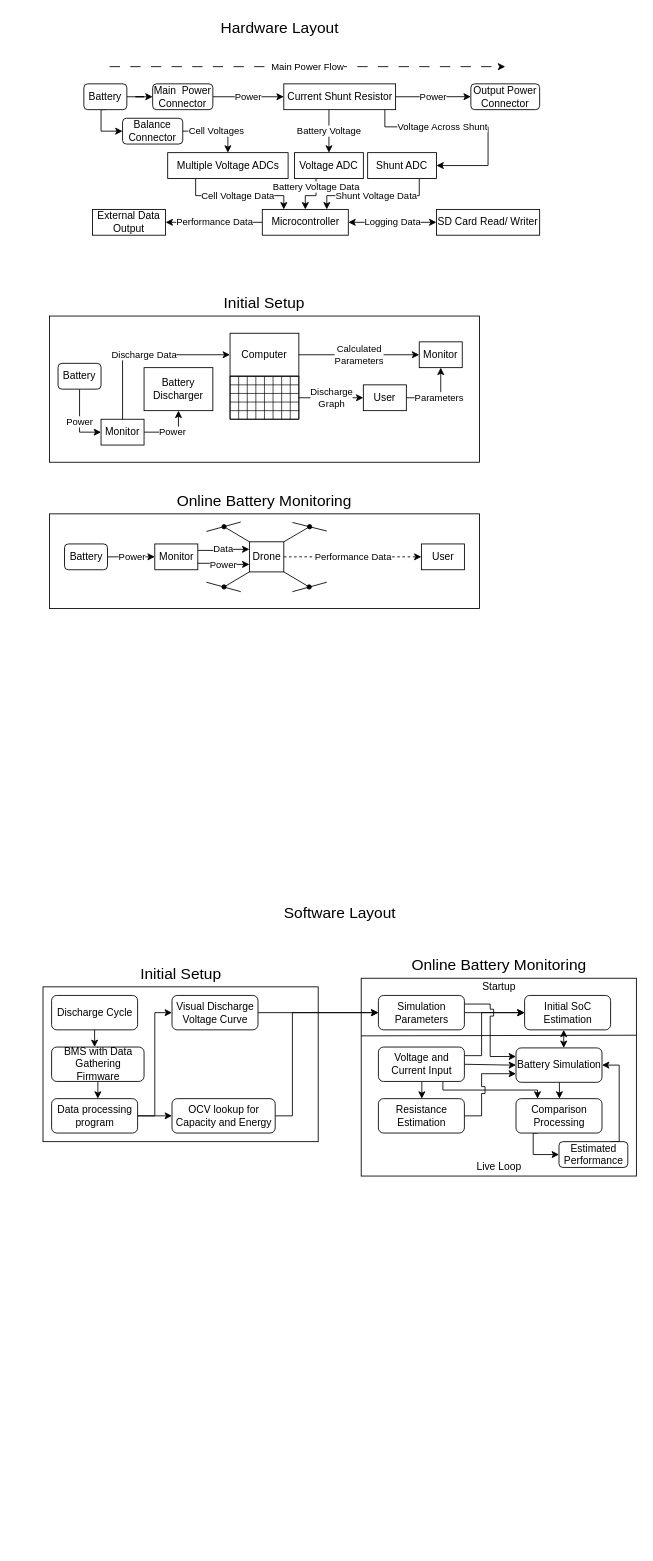
Above: dissertation/Block Diagram.drawio in karl03/predictive-bms (draw.io), before the change. Source tidied: cells renumbered, new cells numbered last; positions are measured from the earlier drawing's top-left corner, leaving out a move shared by most shapes. Both pictures are drawn from the tidied source at 86%, with x=0, y=0 at pixel (42, 15).
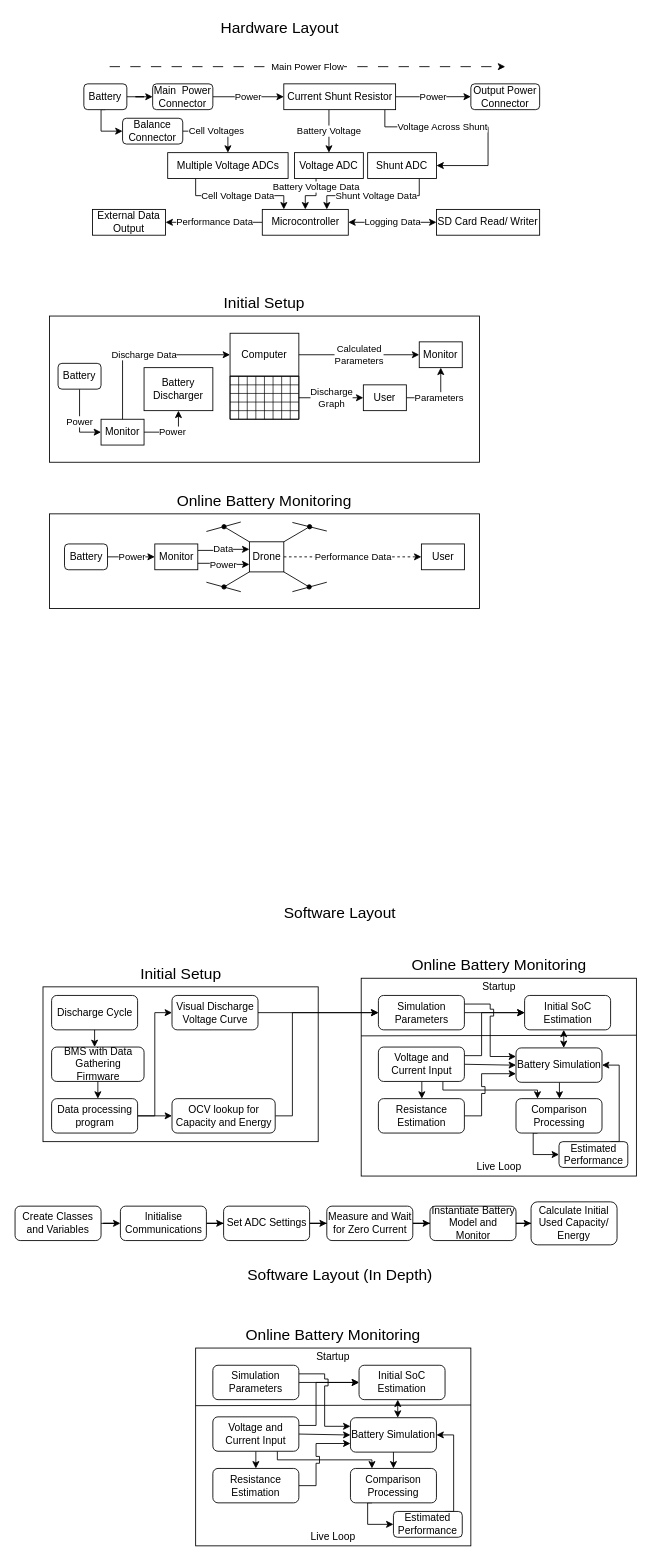
The same page after the edit.

Diff of the diagram source:
```diff
@@
+    <mxCell id="110" style="rounded=0;whiteSpace=wrap;html=1;" parent="1" vertex="1">
+      <mxGeometry x="178" y="1550" width="320" height="230" as="geometry" />
+    </mxCell>
+    <mxCell id="111" value="&lt;font style=&quot;font-size: 18px;&quot;&gt;Online Battery Monitoring&lt;/font&gt;" style="text;html=1;strokeColor=none;fillColor=none;align=center;verticalAlign=middle;whiteSpace=wrap;rounded=0;" parent="1" vertex="1">
+      <mxGeometry x="178" y="1520" width="320" height="30" as="geometry" />
+    </mxCell>
+    <mxCell id="112" style="edgeStyle=orthogonalEdgeStyle;rounded=0;jettySize=auto;html=1;fontSize=18;" parent="1" edge="1" source="114" target="116">
+      <mxGeometry relative="1" as="geometry" />
+    </mxCell>
+    <mxCell id="113" style="edgeStyle=elbowEdgeStyle;rounded=0;jumpStyle=sharp;jettySize=auto;html=1;entryX=0;entryY=0.25;entryDx=0;entryDy=0;fontSize=18;jumpSize=8;" parent="1" edge="1" source="114" target="130">
+      <mxGeometry relative="1" as="geometry">
+        <Array as="points">
+          <mxPoint x="328" y="1580" />
+          <mxPoint x="328" y="1600" />
+          <mxPoint x="308" y="1580" />
+        </Array>
+      </mxGeometry>
+    </mxCell>
+    <mxCell id="114" value="Simulation Parameters" style="rounded=1;whiteSpace=wrap;html=1;" parent="1" vertex="1">
+      <mxGeometry x="198" y="1570" width="100" height="40" as="geometry" />
+    </mxCell>
+    <mxCell id="115" style="edgeStyle=elbowEdgeStyle;rounded=0;jumpStyle=sharp;jumpSize=8;jettySize=auto;html=1;fontSize=18;startArrow=classic;startFill=1;" parent="1" edge="1" source="116" target="130">
+      <mxGeometry relative="1" as="geometry" />
+    </mxCell>
+    <mxCell id="116" value="Initial SoC Estimation" style="rounded=1;whiteSpace=wrap;html=1;" parent="1" vertex="1">
+      <mxGeometry x="368" y="1570" width="100" height="40" as="geometry" />
+    </mxCell>
+    <mxCell id="117" style="edgeStyle=orthogonalEdgeStyle;rounded=0;jettySize=auto;html=1;entryX=0;entryY=0.5;entryDx=0;entryDy=0;fontSize=18;" parent="1" edge="1" source="121" target="116">
+      <mxGeometry relative="1" as="geometry">
+        <Array as="points">
+          <mxPoint x="318" y="1640" />
+          <mxPoint x="318" y="1590" />
+        </Array>
+      </mxGeometry>
+    </mxCell>
+    <mxCell id="118" style="edgeStyle=elbowEdgeStyle;rounded=0;jumpStyle=sharp;jumpSize=8;jettySize=auto;html=1;entryX=0;entryY=0.5;entryDx=0;entryDy=0;fontSize=18;" parent="1" edge="1" source="121" target="130">
+      <mxGeometry relative="1" as="geometry" />
+    </mxCell>
+    <mxCell id="119" style="edgeStyle=elbowEdgeStyle;rounded=0;jumpStyle=sharp;jumpSize=8;jettySize=auto;html=1;entryX=0.5;entryY=0;entryDx=0;entryDy=0;fontSize=18;" parent="1" edge="1" source="121" target="123">
+      <mxGeometry relative="1" as="geometry" />
+    </mxCell>
+    <mxCell id="120" style="edgeStyle=elbowEdgeStyle;rounded=0;jumpStyle=sharp;jumpSize=8;jettySize=auto;html=1;exitX=0.75;exitY=1;exitDx=0;exitDy=0;entryX=0.25;entryY=0;entryDx=0;entryDy=0;fontSize=18;elbow=vertical;" parent="1" edge="1" source="121" target="125">
+      <mxGeometry relative="1" as="geometry">
+        <Array as="points">
+          <mxPoint x="358" y="1680" />
+          <mxPoint x="348" y="1680" />
+          <mxPoint x="298" y="1680" />
+          <mxPoint x="358" y="1690" />
+        </Array>
+      </mxGeometry>
+    </mxCell>
+    <mxCell id="121" value="Voltage and Current Input" style="rounded=1;whiteSpace=wrap;html=1;" parent="1" vertex="1">
+      <mxGeometry x="198" y="1630" width="100" height="40" as="geometry" />
+    </mxCell>
+    <mxCell id="122" style="edgeStyle=elbowEdgeStyle;rounded=0;jumpStyle=sharp;jumpSize=8;jettySize=auto;html=1;entryX=0;entryY=0.75;entryDx=0;entryDy=0;fontSize=18;" parent="1" edge="1" source="123" target="130">
+      <mxGeometry relative="1" as="geometry">
+        <Array as="points">
+          <mxPoint x="318" y="1680" />
+        </Array>
+      </mxGeometry>
+    </mxCell>
+    <mxCell id="123" value="Resistance Estimation" style="rounded=1;whiteSpace=wrap;html=1;" parent="1" vertex="1">
+      <mxGeometry x="198" y="1690" width="100" height="40" as="geometry" />
+    </mxCell>
+    <mxCell id="124" style="edgeStyle=elbowEdgeStyle;rounded=0;jumpStyle=sharp;jumpSize=8;jettySize=auto;html=1;exitX=0.25;exitY=1;exitDx=0;exitDy=0;entryX=0;entryY=0.5;entryDx=0;entryDy=0;fontSize=18;" parent="1" edge="1" source="125" target="132">
+      <mxGeometry relative="1" as="geometry">
+        <Array as="points">
+          <mxPoint x="378" y="1740" />
+        </Array>
+      </mxGeometry>
+    </mxCell>
+    <mxCell id="125" value="Comparison Processing" style="rounded=1;whiteSpace=wrap;html=1;" parent="1" vertex="1">
+      <mxGeometry x="358" y="1690" width="100" height="40" as="geometry" />
+    </mxCell>
+    <mxCell id="126" style="endArrow=none;html=1;rounded=0;fontSize=18;entryX=1;entryY=0.288;entryDx=0;entryDy=0;entryPerimeter=0;" parent="1" edge="1" target="110">
+      <mxGeometry relative="1" as="geometry">
+        <mxPoint x="178" y="1617" as="sourcePoint" />
+      </mxGeometry>
+    </mxCell>
+    <mxCell id="127" value="Startup" style="text;html=1;strokeColor=none;fillColor=none;align=center;verticalAlign=middle;whiteSpace=wrap;rounded=0;" parent="1" vertex="1">
+      <mxGeometry x="178" y="1550" width="320" height="20" as="geometry" />
+    </mxCell>
+    <mxCell id="128" value="Live Loop" style="text;html=1;strokeColor=none;fillColor=none;align=center;verticalAlign=middle;whiteSpace=wrap;rounded=0;" parent="1" vertex="1">
+      <mxGeometry x="178" y="1760" width="320" height="20" as="geometry" />
+    </mxCell>
+    <mxCell id="129" style="edgeStyle=elbowEdgeStyle;rounded=0;jumpStyle=sharp;jumpSize=8;jettySize=auto;html=1;fontSize=18;" parent="1" edge="1" source="130" target="125">
+      <mxGeometry relative="1" as="geometry" />
+    </mxCell>
+    <mxCell id="130" value="Battery Simulation" style="rounded=1;whiteSpace=wrap;html=1;" parent="1" vertex="1">
+      <mxGeometry x="358" y="1631" width="100" height="40" as="geometry" />
+    </mxCell>
+    <mxCell id="131" style="edgeStyle=elbowEdgeStyle;rounded=0;jumpStyle=sharp;jumpSize=8;jettySize=auto;html=1;exitX=0.75;exitY=0;exitDx=0;exitDy=0;entryX=1;entryY=0.5;entryDx=0;entryDy=0;fontSize=18;" parent="1" edge="1" source="132" target="130">
+      <mxGeometry relative="1" as="geometry">
+        <Array as="points">
+          <mxPoint x="478" y="1670" />
+          <mxPoint x="468" y="1680" />
+          <mxPoint x="478" y="1680" />
+        </Array>
+      </mxGeometry>
+    </mxCell>
+    <mxCell id="132" value="Estimated Performance" style="rounded=1;whiteSpace=wrap;html=1;" parent="1" vertex="1">
+      <mxGeometry x="408" y="1740" width="80" height="30" as="geometry" />
+    </mxCell>
+    <mxCell id="133" value="&lt;font style=&quot;font-size: 18px;&quot;&gt;Software Layout (In Depth)&lt;br&gt;&lt;/font&gt;" style="text;html=1;strokeColor=none;fillColor=none;align=center;verticalAlign=middle;whiteSpace=wrap;rounded=0;" parent="1" vertex="1">
+      <mxGeometry x="95.5" y="1450" width="500" height="30" as="geometry" />
+    </mxCell>
+    <mxCell id="134" style="edgeStyle=orthogonalEdgeStyle;rounded=0;jettySize=auto;html=1;" parent="1" edge="1" source="135" target="137">
+      <mxGeometry relative="1" as="geometry" />
+    </mxCell>
+    <mxCell id="135" value="Create Classes and Variables" style="rounded=1;whiteSpace=wrap;html=1;" parent="1" vertex="1">
+      <mxGeometry x="-32" y="1385" width="100" height="40" as="geometry" />
+    </mxCell>
+    <mxCell id="136" style="edgeStyle=orthogonalEdgeStyle;rounded=0;jettySize=auto;html=1;" parent="1" edge="1" source="137" target="139">
+      <mxGeometry relative="1" as="geometry" />
+    </mxCell>
+    <mxCell id="137" value="Initialise Communications" style="rounded=1;whiteSpace=wrap;html=1;" parent="1" vertex="1">
+      <mxGeometry x="90.5" y="1385" width="100" height="40" as="geometry" />
+    </mxCell>
+    <mxCell id="138" style="edgeStyle=orthogonalEdgeStyle;rounded=0;jettySize=auto;html=1;" parent="1" edge="1" source="139" target="141">
+      <mxGeometry relative="1" as="geometry" />
+    </mxCell>
+    <mxCell id="139" value="Set ADC Settings" style="rounded=1;whiteSpace=wrap;html=1;" parent="1" vertex="1">
+      <mxGeometry x="210.5" y="1385" width="100" height="40" as="geometry" />
+    </mxCell>
+    <mxCell id="140" style="edgeStyle=orthogonalEdgeStyle;rounded=0;jettySize=auto;html=1;" parent="1" edge="1" source="141" target="143">
+      <mxGeometry relative="1" as="geometry" />
+    </mxCell>
+    <mxCell id="141" value="Measure and Wait for Zero Current" style="rounded=1;whiteSpace=wrap;html=1;" parent="1" vertex="1">
+      <mxGeometry x="330.5" y="1385" width="100" height="40" as="geometry" />
+    </mxCell>
+    <mxCell id="142" style="edgeStyle=orthogonalEdgeStyle;rounded=0;jettySize=auto;html=1;" parent="1" edge="1" source="143" target="144">
+      <mxGeometry relative="1" as="geometry" />
+    </mxCell>
+    <mxCell id="143" value="Instantiate Battery Model and Monitor" style="rounded=1;whiteSpace=wrap;html=1;" parent="1" vertex="1">
+      <mxGeometry x="450.5" y="1385" width="100" height="40" as="geometry" />
+    </mxCell>
+    <mxCell id="144" value="Calculate Initial Used Capacity/ Energy" style="rounded=1;whiteSpace=wrap;html=1;" parent="1" vertex="1">
+      <mxGeometry x="568" y="1380" width="100" height="50" as="geometry" />
+    </mxCell>
```
